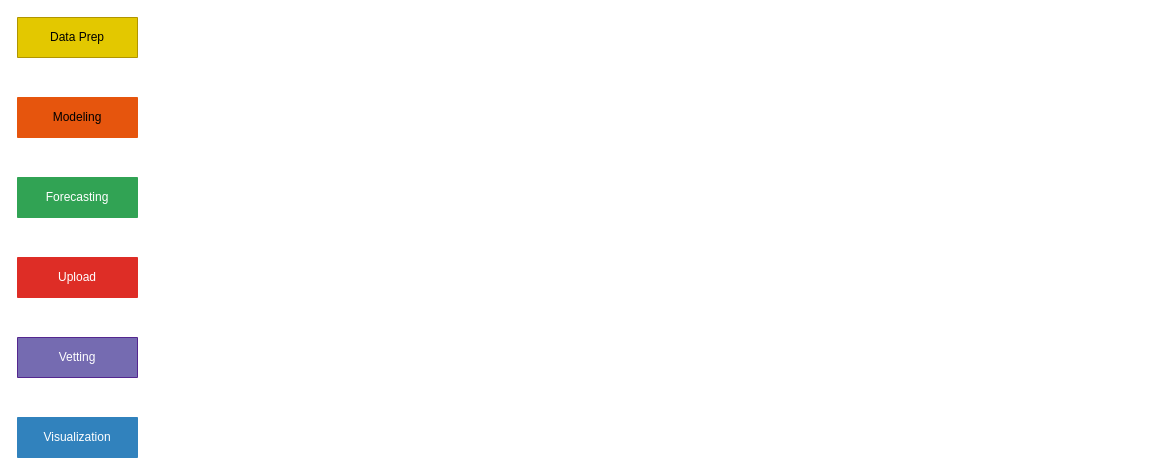
ihmeuw/idd-forecast-mbp keeps this draw.io diagram as docs/idd-forecast-mbp.drawio. Above is the earlier version. Source tidied: cells renumbered, new cells numbered last; positions are measured from the earlier drawing's top-left corner, leaving out a move shared by most shapes. Both pictures are drawn from the tidied source at 100%, with x=0, y=0 at pixel (17, 17).
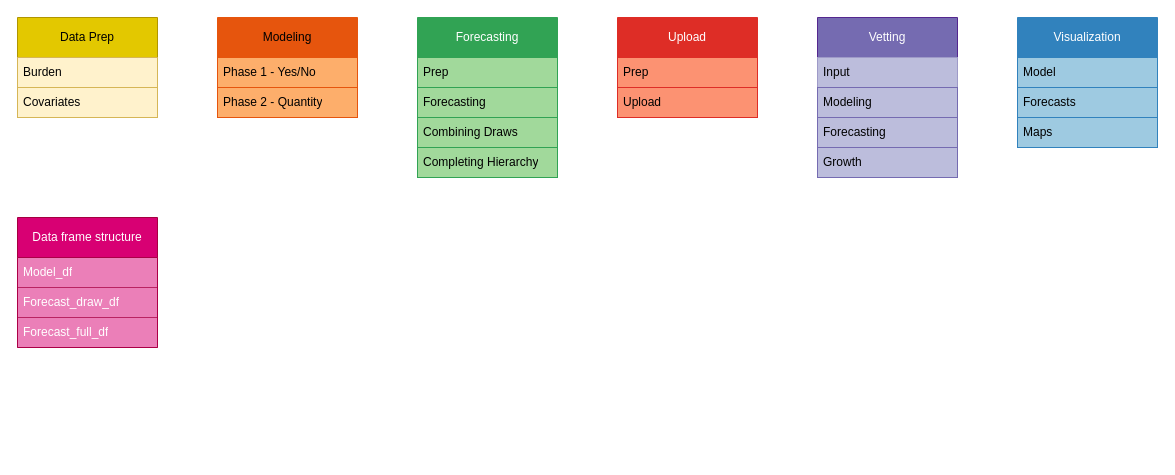
The same diagram, later.

Change to the diagram source:
```diff
@@
-    <mxCell id="2" value="Forecasting" style="swimlane;fontStyle=0;horizontal=1;startSize=40;whiteSpace=wrap;html=1;fillColor=#31A354;strokeColor=#31A354;fontColor=#ffffff;" parent="1" vertex="1" collapsed="1">
-      <mxGeometry y="160" width="120" height="40" as="geometry" />
+    <mxCell id="2" value="Forecasting" style="swimlane;fontStyle=0;horizontal=1;startSize=40;whiteSpace=wrap;html=1;fillColor=#31A354;strokeColor=#31A354;fontColor=#ffffff;" parent="1" vertex="1">
+      <mxGeometry x="400" width="140" height="160" as="geometry" />
     </mxCell>
+    <mxCell id="8" value="Prep" style="text;strokeColor=#31A354;fillColor=#A1D99B;align=left;verticalAlign=middle;spacingLeft=4;spacingRight=4;overflow=hidden;whiteSpace=wrap;html=1;" parent="2" vertex="1">
+      <mxGeometry y="40" width="140" height="30" as="geometry" />
+    </mxCell>
+    <mxCell id="9" value="Forecasting" style="text;strokeColor=#31A354;fillColor=#A1D99B;align=left;verticalAlign=middle;spacingLeft=4;spacingRight=4;overflow=hidden;whiteSpace=wrap;html=1;" parent="2" vertex="1">
+      <mxGeometry y="70" width="140" height="30" as="geometry" />
+    </mxCell>
+    <mxCell id="10" value="Combining Draws" style="text;strokeColor=#31A354;fillColor=#A1D99B;align=left;verticalAlign=middle;spacingLeft=4;spacingRight=4;overflow=hidden;whiteSpace=wrap;html=1;" parent="2" vertex="1">
+      <mxGeometry y="100" width="140" height="30" as="geometry" />
+    </mxCell>
+    <mxCell id="11" value="Completing Hierarchy" style="text;strokeColor=#31A354;fillColor=#A1D99B;align=left;verticalAlign=middle;spacingLeft=4;spacingRight=4;overflow=hidden;whiteSpace=wrap;html=1;" parent="2" vertex="1">
+      <mxGeometry y="130" width="140" height="30" as="geometry" />
+    </mxCell>
-    <mxCell id="3" value="Modeling" style="swimlane;fontStyle=0;horizontal=1;startSize=40;whiteSpace=wrap;html=1;fillColor=#E6550D;strokeColor=#E6550D;fontColor=#000000;" parent="1" vertex="1" collapsed="1">
-      <mxGeometry y="80" width="120" height="40" as="geometry" />
+    <mxCell id="3" value="Modeling" style="swimlane;fontStyle=0;horizontal=1;startSize=40;whiteSpace=wrap;html=1;fillColor=#E6550D;strokeColor=#E6550D;fontColor=#000000;" parent="1" vertex="1">
+      <mxGeometry x="200" width="140" height="100" as="geometry" />
     </mxCell>
+    <mxCell id="12" value="Phase 1 - Yes/No" style="text;strokeColor=#E6550D;fillColor=#FDAE6B;align=left;verticalAlign=middle;spacingLeft=4;spacingRight=4;overflow=hidden;whiteSpace=wrap;html=1;" parent="3" vertex="1">
+      <mxGeometry y="40" width="140" height="30" as="geometry" />
+    </mxCell>
+    <mxCell id="13" value="Phase 2 - Quantity" style="text;strokeColor=#E6550D;fillColor=#FDAE6B;align=left;verticalAlign=middle;spacingLeft=4;spacingRight=4;overflow=hidden;whiteSpace=wrap;html=1;" parent="3" vertex="1">
+      <mxGeometry y="70" width="140" height="30" as="geometry" />
+    </mxCell>
-    <mxCell id="4" value="Data Prep" style="swimlane;fontStyle=0;horizontal=1;startSize=40;whiteSpace=wrap;html=1;fillColor=#e3c800;strokeColor=#B09500;fontColor=#000000;" parent="1" vertex="1" collapsed="1">
-      <mxGeometry width="120" height="40" as="geometry" />
+    <mxCell id="4" value="Data Prep" style="swimlane;fontStyle=0;horizontal=1;startSize=40;whiteSpace=wrap;html=1;fillColor=#e3c800;strokeColor=#B09500;fontColor=#000000;" parent="1" vertex="1">
+      <mxGeometry width="140" height="100" as="geometry" />
     </mxCell>
+    <mxCell id="14" value="Burden" style="text;strokeColor=#d6b656;fillColor=#fff2cc;align=left;verticalAlign=middle;spacingLeft=4;spacingRight=4;overflow=hidden;whiteSpace=wrap;html=1;" parent="4" vertex="1">
+      <mxGeometry y="40" width="140" height="30" as="geometry" />
+    </mxCell>
+    <mxCell id="15" value="Covariates" style="text;strokeColor=#d6b656;fillColor=#fff2cc;align=left;verticalAlign=middle;spacingLeft=4;spacingRight=4;overflow=hidden;whiteSpace=wrap;html=1;" parent="4" vertex="1">
+      <mxGeometry y="70" width="140" height="30" as="geometry" />
+    </mxCell>
-    <mxCell id="5" value="Visualization" style="swimlane;fontStyle=0;horizontal=1;startSize=40;whiteSpace=wrap;html=1;fillColor=#3182BD;strokeColor=#3182BD;fontColor=#ffffff;" parent="1" vertex="1" collapsed="1">
-      <mxGeometry y="400" width="120" height="40" as="geometry" />
+    <mxCell id="5" value="Visualization" style="swimlane;fontStyle=0;horizontal=1;startSize=40;whiteSpace=wrap;html=1;fillColor=#3182BD;strokeColor=#3182BD;fontColor=#ffffff;" parent="1" vertex="1">
+      <mxGeometry x="1000" width="140" height="130" as="geometry" />
     </mxCell>
+    <mxCell id="16" value="Model" style="text;strokeColor=#3182BD;fillColor=#9ECAE1;align=left;verticalAlign=middle;spacingLeft=4;spacingRight=4;overflow=hidden;whiteSpace=wrap;html=1;" parent="5" vertex="1">
+      <mxGeometry y="40" width="140" height="30" as="geometry" />
+    </mxCell>
+    <mxCell id="17" value="Forecasts" style="text;strokeColor=#3182BD;fillColor=#9ECAE1;align=left;verticalAlign=middle;spacingLeft=4;spacingRight=4;overflow=hidden;whiteSpace=wrap;html=1;" parent="5" vertex="1">
+      <mxGeometry y="70" width="140" height="30" as="geometry" />
+    </mxCell>
+    <mxCell id="18" value="Maps" style="text;strokeColor=#3182BD;fillColor=#9ECAE1;align=left;verticalAlign=middle;spacingLeft=4;spacingRight=4;overflow=hidden;whiteSpace=wrap;html=1;" parent="5" vertex="1">
+      <mxGeometry y="100" width="140" height="30" as="geometry" />
+    </mxCell>
-    <mxCell id="6" value="Vetting" style="swimlane;fontStyle=0;horizontal=1;startSize=40;whiteSpace=wrap;html=1;fillColor=#756BB1;strokeColor=#54278F;fontColor=#ffffff;" parent="1" vertex="1" collapsed="1">
-      <mxGeometry y="320" width="120" height="40" as="geometry" />
+    <mxCell id="6" value="Vetting" style="swimlane;fontStyle=0;horizontal=1;startSize=40;whiteSpace=wrap;html=1;fillColor=#756BB1;strokeColor=#54278F;fontColor=#ffffff;" parent="1" vertex="1">
+      <mxGeometry x="800" width="140" height="160" as="geometry" />
     </mxCell>
+    <mxCell id="19" value="Input" style="text;strokeColor=#9E9AC8;fillColor=#BCBDDC;align=left;verticalAlign=middle;spacingLeft=4;spacingRight=4;overflow=hidden;whiteSpace=wrap;html=1;" parent="6" vertex="1">
+      <mxGeometry y="40" width="140" height="30" as="geometry" />
+    </mxCell>
+    <mxCell id="20" value="Modeling" style="text;strokeColor=#756BB1;fillColor=#BCBDDC;align=left;verticalAlign=middle;spacingLeft=4;spacingRight=4;overflow=hidden;whiteSpace=wrap;html=1;" parent="6" vertex="1">
+      <mxGeometry y="70" width="140" height="30" as="geometry" />
+    </mxCell>
+    <mxCell id="21" value="Forecasting" style="text;strokeColor=#756BB1;fillColor=#BCBDDC;align=left;verticalAlign=middle;spacingLeft=4;spacingRight=4;overflow=hidden;whiteSpace=wrap;html=1;" parent="6" vertex="1">
+      <mxGeometry y="100" width="140" height="30" as="geometry" />
+    </mxCell>
+    <mxCell id="22" value="Growth" style="text;strokeColor=light-dark(#756BB1,#B85450);fillColor=#BCBDDC;align=left;verticalAlign=middle;spacingLeft=4;spacingRight=4;overflow=hidden;whiteSpace=wrap;html=1;" parent="6" vertex="1">
+      <mxGeometry y="130" width="140" height="30" as="geometry" />
+    </mxCell>
-    <mxCell id="7" value="Upload" style="swimlane;fontStyle=0;horizontal=1;startSize=40;whiteSpace=wrap;html=1;fillColor=#DE2D26;strokeColor=#DE2D26;fontColor=#ffffff;" parent="1" vertex="1" collapsed="1">
-      <mxGeometry y="240" width="120" height="40" as="geometry" />
+    <mxCell id="7" value="Upload" style="swimlane;fontStyle=0;horizontal=1;startSize=40;whiteSpace=wrap;html=1;fillColor=#DE2D26;strokeColor=#DE2D26;fontColor=#ffffff;" parent="1" vertex="1">
+      <mxGeometry x="600" width="140" height="100" as="geometry" />
     </mxCell>
+    <mxCell id="23" value="Prep" style="text;strokeColor=#DE2D26;fillColor=#FC9272;align=left;verticalAlign=middle;spacingLeft=4;spacingRight=4;overflow=hidden;whiteSpace=wrap;html=1;" parent="7" vertex="1">
+      <mxGeometry y="40" width="140" height="30" as="geometry" />
+    </mxCell>
+    <mxCell id="24" value="Upload" style="text;strokeColor=#DE2D26;fillColor=#FC9272;align=left;verticalAlign=middle;spacingLeft=4;spacingRight=4;overflow=hidden;whiteSpace=wrap;html=1;" parent="7" vertex="1">
+      <mxGeometry y="70" width="140" height="30" as="geometry" />
+    </mxCell>
+    <mxCell id="25" value="Data frame structure" style="swimlane;fontStyle=0;horizontal=1;startSize=40;whiteSpace=wrap;html=1;fillColor=#d80073;strokeColor=#A50040;fontColor=#ffffff;" parent="1" vertex="1">
+      <mxGeometry y="200" width="140" height="130" as="geometry" />
+    </mxCell>
+    <mxCell id="26" value="Model_df" style="text;strokeColor=#A50040;fillColor=#d80073;align=left;verticalAlign=middle;spacingLeft=4;spacingRight=4;overflow=hidden;whiteSpace=wrap;html=1;fontColor=#ffffff;opacity=50;" parent="25" vertex="1">
+      <mxGeometry y="40" width="140" height="30" as="geometry" />
+    </mxCell>
+    <mxCell id="27" value="Forecast_draw_df" style="text;strokeColor=#A50040;fillColor=#d80073;align=left;verticalAlign=middle;spacingLeft=4;spacingRight=4;overflow=hidden;whiteSpace=wrap;html=1;fontColor=#ffffff;opacity=50;" parent="25" vertex="1">
+      <mxGeometry y="70" width="140" height="30" as="geometry" />
+    </mxCell>
+    <mxCell id="28" value="Forecast_full_df" style="text;strokeColor=#A50040;fillColor=#d80073;align=left;verticalAlign=middle;spacingLeft=4;spacingRight=4;overflow=hidden;whiteSpace=wrap;html=1;fontColor=#ffffff;opacity=50;" parent="25" vertex="1">
+      <mxGeometry y="100" width="140" height="30" as="geometry" />
+    </mxCell>
```
